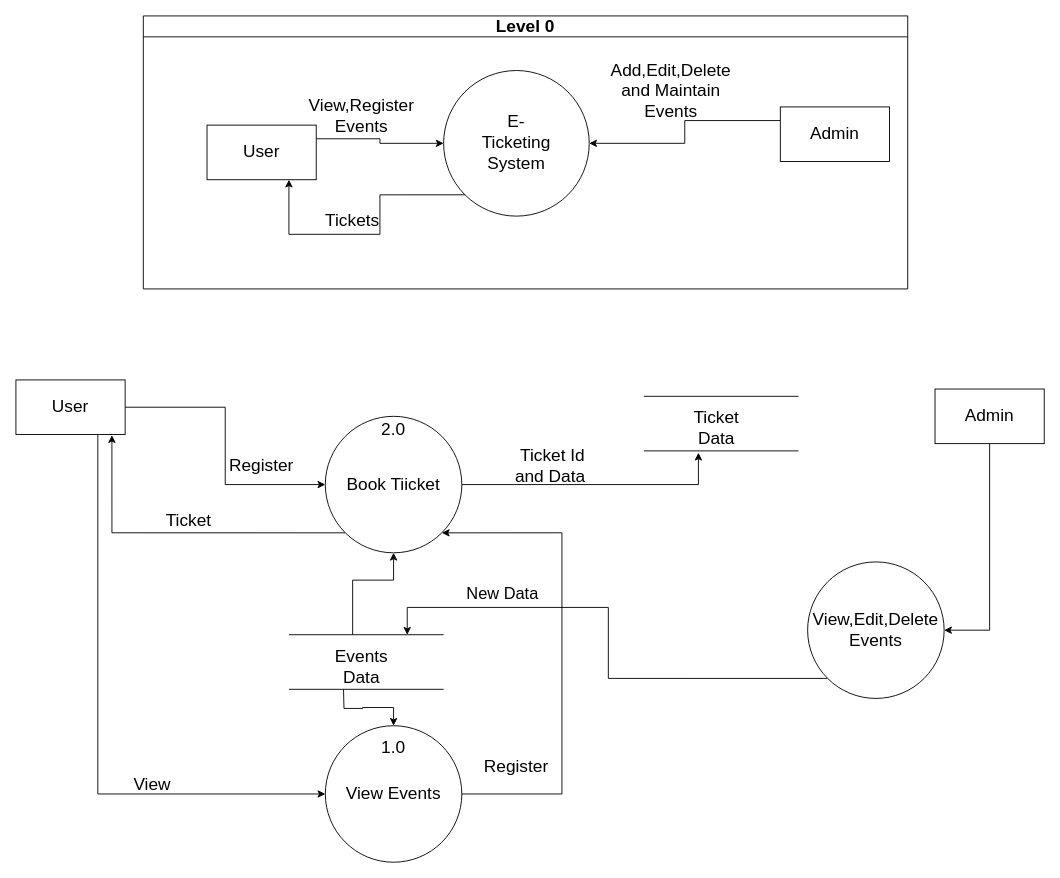
Above: swmline.drawio in AyushKrSingh000/Software-Engineering (draw.io), before the change. Source tidied: cells renumbered, new cells numbered last; positions are measured from the earlier drawing's top-left corner, leaving out a move shared by most shapes. Both pictures are drawn from the tidied source at 91%, with x=0, y=0 at pixel (15, 15).
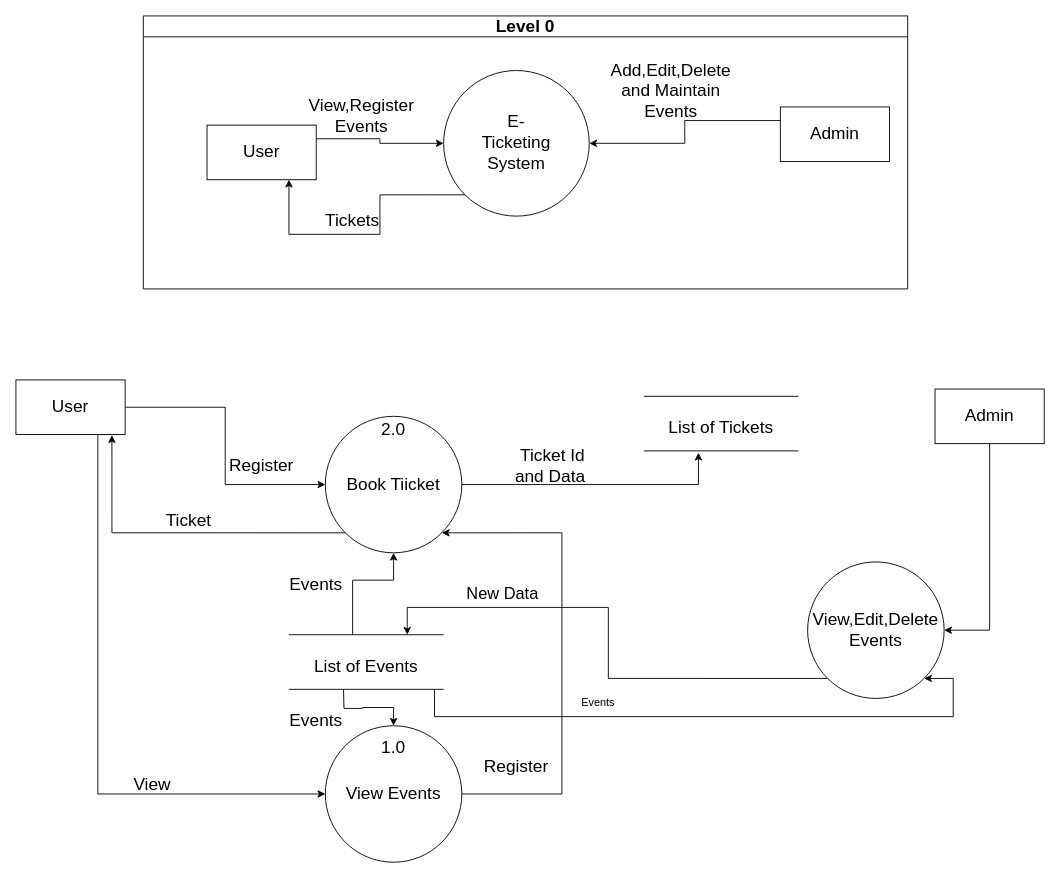
After the change.

Unchanged cells that the change refers to:
```xml
<mxCell id="36" value="&lt;font style=&quot;font-size: 19px;&quot;&gt;View,Edit,Delete Events&lt;/font&gt;" style="ellipse;whiteSpace=wrap;html=1;fontSize=19;" parent="1" vertex="1">
  <mxGeometry x="870" y="600" width="150" height="150" as="geometry" />
</mxCell>
```

What changed in the source:
```diff
@@
+    <mxCell id="41" style="edgeStyle=orthogonalEdgeStyle;rounded=0;jettySize=auto;html=1;entryX=1;entryY=1;entryDx=0;entryDy=0;" parent="1" edge="1" target="36">
+      <mxGeometry relative="1" as="geometry">
+        <mxPoint x="460" y="740" as="sourcePoint" />
+        <Array as="points">
+          <mxPoint x="460" y="770" />
+          <mxPoint x="1030" y="770" />
+          <mxPoint x="1030" y="728" />
+        </Array>
+      </mxGeometry>
+    </mxCell>
-    <mxCell id="27" value="&lt;font style=&quot;font-size: 19px;&quot;&gt;Events Data&lt;/font&gt;" style="text;html=1;strokeColor=none;fillColor=none;align=center;verticalAlign=middle;whiteSpace=wrap;rounded=0;fontSize=19;" parent="1" vertex="1">
-      <mxGeometry x="350" y="700" width="60" height="30" as="geometry" />
+    <mxCell id="27" value="&lt;font style=&quot;font-size: 19px;&quot;&gt;List of Events&lt;/font&gt;" style="text;html=1;strokeColor=none;fillColor=none;align=center;verticalAlign=middle;whiteSpace=wrap;rounded=0;fontSize=19;" parent="1" vertex="1">
+      <mxGeometry x="310" y="700" width="150" height="30" as="geometry" />
     </mxCell>
@@
-    <mxCell id="33" value="&lt;font style=&quot;font-size: 19px;&quot;&gt;Ticket Data&lt;/font&gt;" style="text;html=1;strokeColor=none;fillColor=none;align=center;verticalAlign=middle;whiteSpace=wrap;rounded=0;fontSize=19;" parent="1" vertex="1">
-      <mxGeometry x="740" y="438" width="60" height="30" as="geometry" />
+    <mxCell id="33" value="&lt;font style=&quot;font-size: 19px;&quot;&gt;List of Tickets&lt;/font&gt;" style="text;html=1;strokeColor=none;fillColor=none;align=center;verticalAlign=middle;whiteSpace=wrap;rounded=0;fontSize=19;" parent="1" vertex="1">
+      <mxGeometry x="700" y="438" width="150" height="30" as="geometry" />
     </mxCell>
@@
+    <mxCell id="42" value="Events" style="text;html=1;strokeColor=none;fillColor=none;align=center;verticalAlign=middle;whiteSpace=wrap;rounded=0;" parent="1" vertex="1">
+      <mxGeometry x="610" y="740" width="60" height="30" as="geometry" />
+    </mxCell>
+    <mxCell id="43" value="&lt;font style=&quot;font-size: 19px;&quot;&gt;Events&lt;/font&gt;" style="text;html=1;strokeColor=none;fillColor=none;align=center;verticalAlign=middle;whiteSpace=wrap;rounded=0;fontSize=19;" parent="1" vertex="1">
+      <mxGeometry x="300" y="610" width="60" height="30" as="geometry" />
+    </mxCell>
+    <mxCell id="44" value="&lt;font style=&quot;font-size: 19px;&quot;&gt;Events&lt;/font&gt;" style="text;html=1;strokeColor=none;fillColor=none;align=center;verticalAlign=middle;whiteSpace=wrap;rounded=0;fontSize=19;" parent="1" vertex="1">
+      <mxGeometry x="300" y="760" width="60" height="30" as="geometry" />
+    </mxCell>
```
